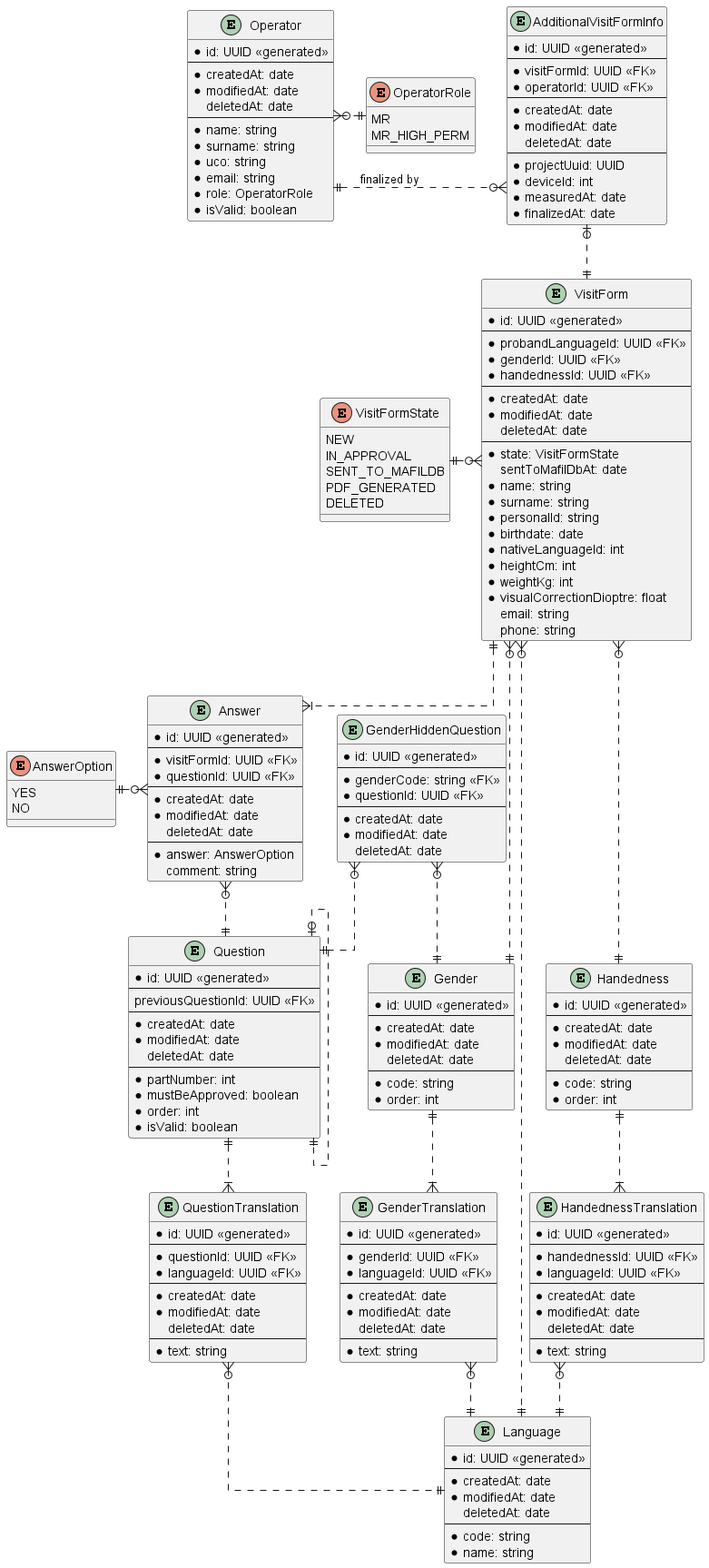
The PlantUML diagram docs/ERD.png in lukas-kratochvil/mafil-proband-safety-questionnaire, before a commit.
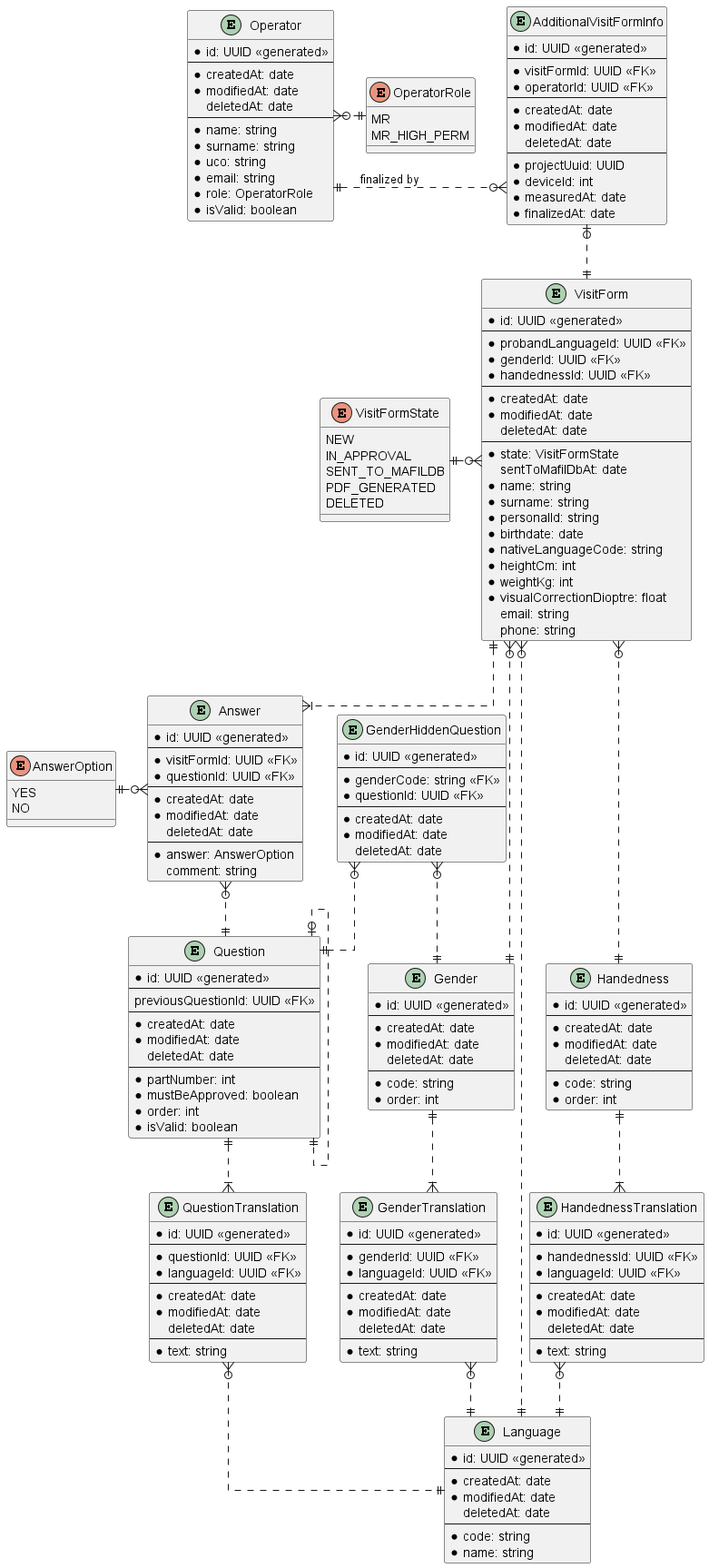
The same diagram one commit later.

What changed in the source:
```diff
@@ -39,7 +39,7 @@
   * surname: string
   * personalId: string
   * birthdate: date
-  * nativeLanguageId: int
+  * nativeLanguageCode: string
   * heightCm: int
   * weightKg: int
   * visualCorrectionDioptre: float
```
